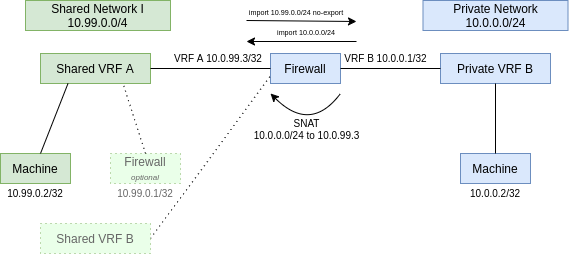
Above: dev/development/proposals/MEP5/shared.png in metal-stack/docs (draw.io), before the change. Source tidied: cells renumbered, new cells last; positions are measured from the earlier drawing's top-left corner, leaving out a move shared by most shapes.
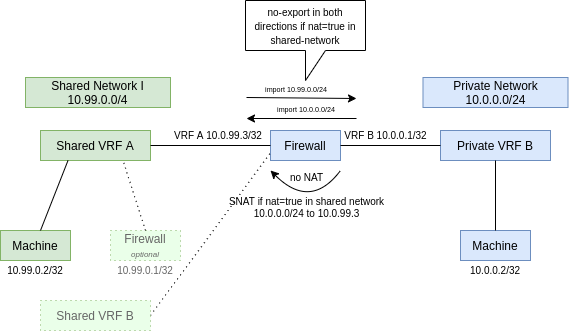
The same file after the commit.

Diff of the diagram source:
```diff
@@ -67,15 +67,15 @@
         </Array>
       </mxGeometry>
     </mxCell>
-    <mxCell id="21" value="SNAT&lt;br&gt;10.0.0.0/24 to 10.0.99.3" style="text;html=1;align=center;verticalAlign=middle;fontSize=10;" parent="1" vertex="1">
-      <mxGeometry x="246" y="114" width="120" height="30" as="geometry" />
+    <mxCell id="21" value="no NAT&lt;br&gt;&lt;br&gt;SNAT if nat=true in shared network&lt;br&gt;10.0.0.0/24 to 10.0.99.3" style="text;html=1;align=center;verticalAlign=middle;fontSize=10;" parent="1" vertex="1">
+      <mxGeometry x="221" y="93" width="170" height="50" as="geometry" />
     </mxCell>
     <mxCell id="22" style="endArrow=classic;startArrow=none;html=1;endFill=1;startFill=0;exitX=0;exitY=1;exitDx=0;exitDy=0;" parent="1" edge="1" source="23">
       <mxGeometry relative="1" as="geometry">
         <mxPoint x="356" y="21" as="targetPoint" />
       </mxGeometry>
     </mxCell>
-    <mxCell id="23" value="&lt;span style=&quot;color: rgb(0 , 0 , 0) ; font-family: &amp;#34;helvetica&amp;#34; ; font-size: 7.2px ; font-style: normal ; font-weight: 400 ; letter-spacing: normal ; text-align: center ; text-indent: 0px ; text-transform: none ; word-spacing: 0px ; background-color: rgb(255 , 255 , 255) ; display: inline ; float: none&quot;&gt;import 10.99.0.0/24 no-export&lt;/span&gt;" style="text;html=1;strokeColor=none;fillColor=none;align=center;verticalAlign=middle;whiteSpace=wrap;rounded=0;" parent="1" vertex="1">
+    <mxCell id="23" value="&lt;span style=&quot;color: rgb(0 , 0 , 0) ; font-family: &amp;#34;helvetica&amp;#34; ; font-size: 7.2px ; font-style: normal ; font-weight: 400 ; letter-spacing: normal ; text-align: center ; text-indent: 0px ; text-transform: none ; word-spacing: 0px ; background-color: rgb(255 , 255 , 255) ; display: inline ; float: none&quot;&gt;import 10.99.0.0/24&lt;/span&gt;" style="text;html=1;strokeColor=none;fillColor=none;align=center;verticalAlign=middle;whiteSpace=wrap;rounded=0;" parent="1" vertex="1">
       <mxGeometry x="246" width="100" height="20" as="geometry" />
     </mxCell>
     <mxCell id="24" style="endArrow=none;startArrow=classic;html=1;endFill=0;startFill=1;" parent="1" edge="1">
@@ -93,5 +93,8 @@
     <mxCell id="27" value="Shared VRF B" style="rounded=0;whiteSpace=wrap;html=1;strokeColor=#82b366;dashed=1;dashPattern=1 4;fillColor=#EAFFE9;fontColor=#666666;" parent="1" vertex="1">
       <mxGeometry x="40" y="223" width="110" height="30" as="geometry" />
     </mxCell>
+    <mxCell id="28" value="&lt;font style=&quot;font-size: 10px&quot;&gt;no-export in both directions if nat=true in shared-network&lt;/font&gt;" style="shape=callout;whiteSpace=wrap;html=1;perimeter=calloutPerimeter;" parent="1" vertex="1">
+      <mxGeometry x="245" y="-77" width="120" height="80" as="geometry" />
+    </mxCell>
   </root>
 </mxGraphModel>
```
